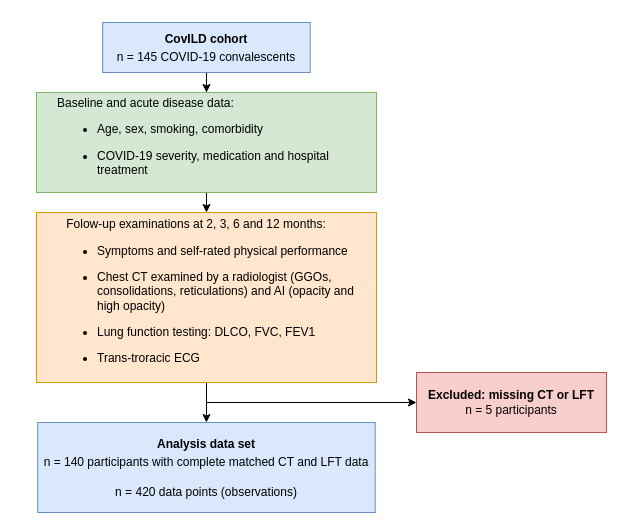
This is aux files/covild_consort.drawio from PiotrTymoszuk/CovILD_AI, a draw.io file, before an edit. Source tidied: cells renumbered, new cells numbered last; positions are measured from the earlier drawing's top-left corner, leaving out a move shared by most shapes. Both pictures are drawn from the tidied source at 100%, with x=0, y=0 at pixel (36, 22).
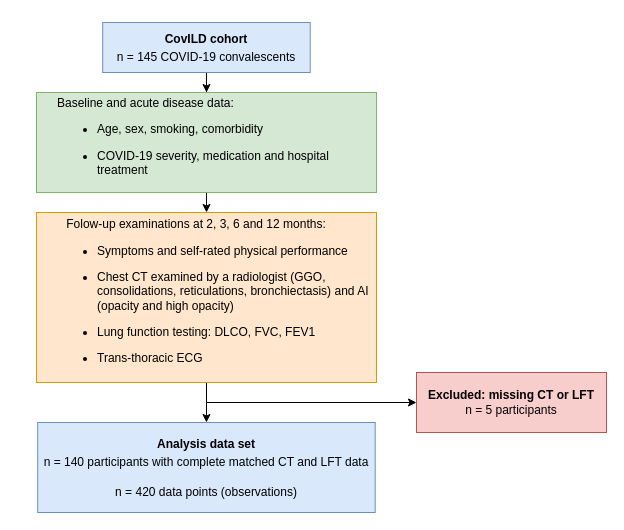
After the change.

The edit, as a diff of the source:
```diff
@@
 <mxGraphModel>
   <root>
     <mxCell id="0" />
     <mxCell id="1" parent="0" />
     <mxCell id="2" style="edgeStyle=orthogonalEdgeStyle;rounded=0;jettySize=auto;html=1;exitX=0.5;exitY=1;exitDx=0;exitDy=0;" parent="1" edge="1" source="3" target="5">
       <mxGeometry relative="1" as="geometry" />
     </mxCell>
     <mxCell id="3" value="&lt;p style=&quot;line-height: 150%;&quot;&gt;&lt;b&gt;CovILD cohort&lt;br&gt;&lt;/b&gt;n = 145 COVID-19 convalescents&lt;/p&gt;" style="rounded=0;whiteSpace=wrap;html=1;fillColor=#dae8fc;strokeColor=#6c8ebf;" parent="1" vertex="1">
       <mxGeometry x="66.2" width="207.5" height="50" as="geometry" />
     </mxCell>
     <mxCell id="4" style="edgeStyle=orthogonalEdgeStyle;rounded=0;jettySize=auto;html=1;exitX=0.5;exitY=1;exitDx=0;exitDy=0;entryX=0.5;entryY=0;entryDx=0;entryDy=0;" parent="1" edge="1" source="5" target="8">
       <mxGeometry relative="1" as="geometry" />
     </mxCell>
     <mxCell id="5" value="&lt;blockquote style=&quot;margin: 0 0 0 40px; border: none; padding: 0px;&quot;&gt;&lt;div style=&quot;text-align: left;&quot;&gt;&lt;span style=&quot;background-color: initial;&quot;&gt;Baseline and acute disease data:&lt;/span&gt;&lt;/div&gt;&lt;/blockquote&gt;&lt;blockquote style=&quot;margin: 0 0 0 40px; border: none; padding: 0px;&quot;&gt;&lt;div style=&quot;text-align: left;&quot;&gt;&lt;ul&gt;&lt;li&gt;&lt;span style=&quot;background-color: initial;&quot;&gt;Age, sex, smoking, comorbidity&lt;/span&gt;&lt;/li&gt;&lt;/ul&gt;&lt;ul&gt;&lt;li&gt;&lt;span style=&quot;background-color: initial;&quot;&gt;COVID-19 severity, medication and hospital treatment&lt;/span&gt;&lt;/li&gt;&lt;/ul&gt;&lt;/div&gt;&lt;/blockquote&gt;" style="rounded=0;whiteSpace=wrap;html=1;spacingLeft=-20;fillColor=#d5e8d4;strokeColor=#82b366;" parent="1" vertex="1">
       <mxGeometry y="70" width="340" height="100" as="geometry" />
     </mxCell>
     <mxCell id="6" style="edgeStyle=orthogonalEdgeStyle;rounded=0;jettySize=auto;html=1;entryX=0.5;entryY=0;entryDx=0;entryDy=0;" parent="1" edge="1" source="8" target="9">
       <mxGeometry relative="1" as="geometry" />
     </mxCell>
     <mxCell id="7" style="edgeStyle=orthogonalEdgeStyle;rounded=0;jettySize=auto;html=1;exitX=0.5;exitY=1;exitDx=0;exitDy=0;" parent="1" edge="1" source="8" target="10">
       <mxGeometry relative="1" as="geometry" />
     </mxCell>
-    <mxCell id="8" value="Folow-up examinations at 2, 3, 6 and 12 months:&lt;br style=&quot;border-color: var(--border-color); text-align: left;&quot;&gt;&lt;blockquote style=&quot;margin: 0 0 0 40px; border: none; padding: 0px;&quot;&gt;&lt;div style=&quot;text-align: left;&quot;&gt;&lt;ul&gt;&lt;li&gt;Symptoms and self-rated physical performance&lt;/li&gt;&lt;/ul&gt;&lt;ul&gt;&lt;li&gt;Chest CT examined by a radiologist (GGOs, consolidations, reticulations) and AI (opacity and high opacity)&lt;/li&gt;&lt;/ul&gt;&lt;ul&gt;&lt;li&gt;Lung function testing: DLCO, FVC, FEV1&lt;/li&gt;&lt;/ul&gt;&lt;ul&gt;&lt;li&gt;Trans-troracic ECG&lt;/li&gt;&lt;/ul&gt;&lt;/div&gt;&lt;/blockquote&gt;" style="rounded=0;whiteSpace=wrap;html=1;spacingLeft=-20;fillColor=#ffe6cc;strokeColor=#d79b00;" parent="1" vertex="1">
+    <mxCell id="8" value="Folow-up examinations at 2, 3, 6 and 12 months:&lt;br style=&quot;border-color: var(--border-color); text-align: left;&quot;&gt;&lt;blockquote style=&quot;margin: 0 0 0 40px; border: none; padding: 0px;&quot;&gt;&lt;div style=&quot;text-align: left;&quot;&gt;&lt;ul&gt;&lt;li&gt;Symptoms and self-rated physical performance&lt;/li&gt;&lt;/ul&gt;&lt;ul&gt;&lt;li&gt;Chest CT examined by a radiologist (GGO, consolidations, reticulations, bronchiectasis) and AI (opacity and high opacity)&lt;/li&gt;&lt;/ul&gt;&lt;ul&gt;&lt;li&gt;Lung function testing: DLCO, FVC, FEV1&lt;/li&gt;&lt;/ul&gt;&lt;ul&gt;&lt;li&gt;Trans-thoracic ECG&lt;/li&gt;&lt;/ul&gt;&lt;/div&gt;&lt;/blockquote&gt;" style="rounded=0;whiteSpace=wrap;html=1;spacingLeft=-20;fillColor=#ffe6cc;strokeColor=#d79b00;" parent="1" vertex="1">
       <mxGeometry y="190" width="340" height="170" as="geometry" />
     </mxCell>
     <mxCell id="9" value="&lt;p style=&quot;line-height: 150%;&quot;&gt;&lt;b&gt;Analysis data set&lt;br&gt;&lt;/b&gt;n = 140 participants with complete matched CT and LFT data&lt;/p&gt;&lt;p style=&quot;line-height: 150%;&quot;&gt;&lt;span style=&quot;background-color: initial;&quot;&gt;n = 420 data points (observations)&lt;/span&gt;&lt;/p&gt;" style="rounded=0;whiteSpace=wrap;html=1;fillColor=#dae8fc;strokeColor=#6c8ebf;" parent="1" vertex="1">
       <mxGeometry x="1.2" y="400" width="337.5" height="90" as="geometry" />
     </mxCell>
     <mxCell id="10" value="&lt;b&gt;Excluded: missing CT or LFT&lt;br&gt;&lt;/b&gt;n = 5 participants" style="rounded=0;whiteSpace=wrap;html=1;fillColor=#f8cecc;strokeColor=#b85450;" parent="1" vertex="1">
       <mxGeometry x="380" y="350" width="190" height="60" as="geometry" />
     </mxCell>
   </root>
 </mxGraphModel>
```
